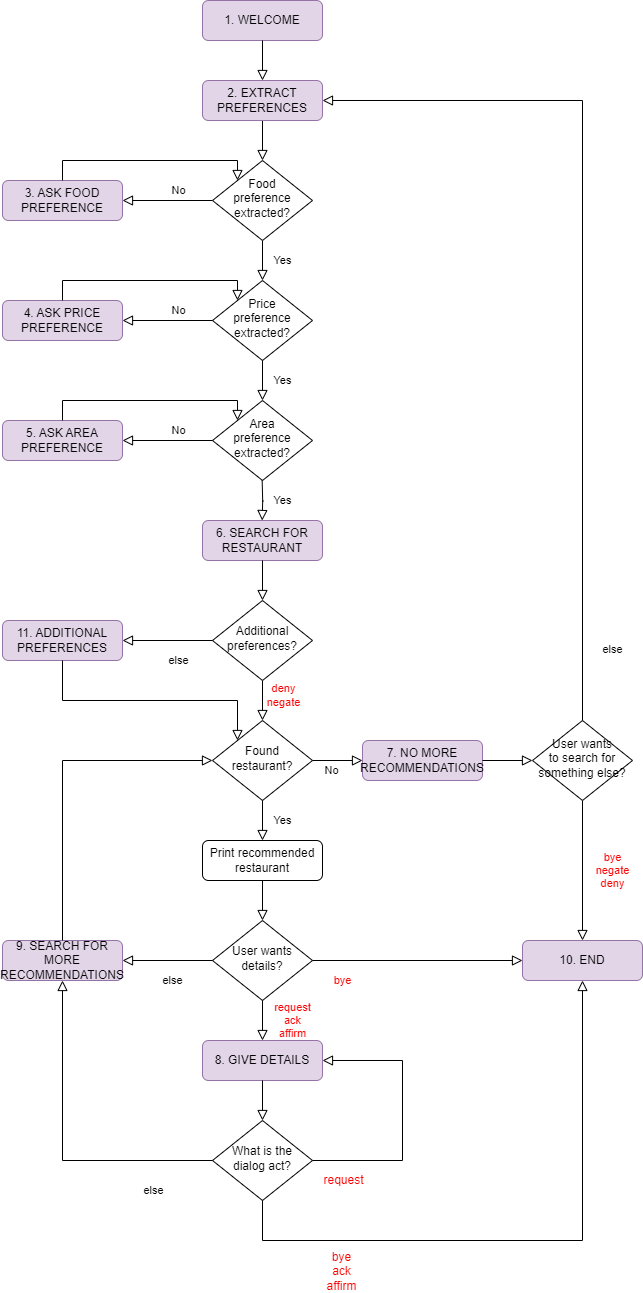
This is figures/Diagram-Part1C.png from alexia-nt/Restaurant-Recommendations-Dialog-System, a draw.io export, as it was before one commit. Source tidied: cells renumbered, new cells last; positions are measured from the earlier drawing's top-left corner, leaving out a move shared by most shapes.
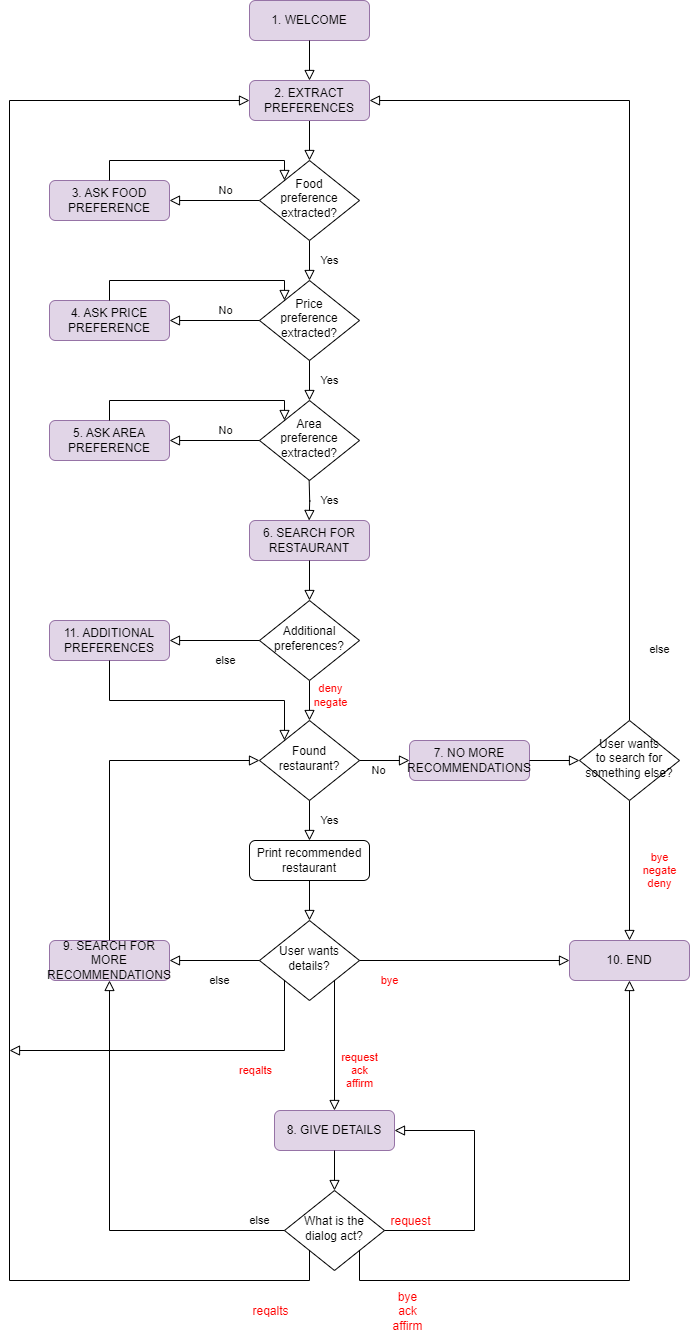
After the change.

Diff of the diagram source:
```diff
@@ -71,13 +71,13 @@
         </Array>
       </mxGeometry>
     </mxCell>
-    <mxCell id="20" value="Yes" style="rounded=0;html=1;jettySize=auto;orthogonalLoop=1;fontSize=11;endArrow=block;endFill=0;endSize=8;strokeWidth=1;shadow=0;labelBackgroundColor=none;edgeStyle=orthogonalEdgeStyle;exitX=0.5;exitY=1;exitDx=0;exitDy=0;" parent="1" edge="1">
-      <mxGeometry x="0.05" y="20" relative="1" as="geometry">
-        <mxPoint x="259.7" y="480" as="sourcePoint" />
-        <mxPoint x="259.7" y="520" as="targetPoint" />
-        <mxPoint y="-1" as="offset" />
-      </mxGeometry>
-    </mxCell>
+    <mxCell id="54" value="Yes" style="rounded=0;html=1;jettySize=auto;orthogonalLoop=1;fontSize=11;endArrow=block;endFill=0;endSize=8;strokeWidth=1;shadow=0;labelBackgroundColor=none;edgeStyle=orthogonalEdgeStyle;exitX=0.5;exitY=1;exitDx=0;exitDy=0;" parent="1" edge="1">
+      <mxGeometry x="0.05" y="20" relative="1" as="geometry">
+        <mxPoint x="259.7" y="480" as="sourcePoint" />
+        <mxPoint x="259.7" y="520" as="targetPoint" />
+        <mxPoint y="-1" as="offset" />
+      </mxGeometry>
+    </mxCell>
     <mxCell id="21" value="6. SEARCH FOR RESTAURANT" style="rounded=1;whiteSpace=wrap;html=1;fontSize=12;glass=0;strokeWidth=1;shadow=0;fillColor=#e1d5e7;strokeColor=#9673a6;" parent="1" vertex="1">
       <mxGeometry x="200" y="520" width="120" height="40" as="geometry" />
     </mxCell>
@@ -108,7 +108,7 @@
       <mxGeometry x="-0.84" y="-30" relative="1" as="geometry" />
     </mxCell>
     <mxCell id="30" value="8. GIVE DETAILS" style="rounded=1;whiteSpace=wrap;html=1;fontSize=12;glass=0;strokeWidth=1;shadow=0;fillColor=#e1d5e7;strokeColor=#9673a6;" parent="1" vertex="1">
-      <mxGeometry x="200" y="1040" width="120" height="40" as="geometry" />
+      <mxGeometry x="225" y="1110" width="120" height="40" as="geometry" />
     </mxCell>
     <mxCell id="31" value="User wants details?" style="rhombus;whiteSpace=wrap;html=1;shadow=0;fontFamily=Helvetica;fontSize=12;align=center;strokeWidth=1;spacing=6;spacingTop=-4;" parent="1" vertex="1">
       <mxGeometry x="210" y="920" width="100" height="80" as="geometry" />
@@ -135,29 +135,29 @@
     <mxCell id="37" style="edgeStyle=orthogonalEdgeStyle;rounded=0;html=1;jettySize=auto;fontSize=11;endArrow=block;endFill=0;endSize=8;strokeWidth=1;shadow=0;labelBackgroundColor=none;entryX=0;entryY=0.5;entryDx=0;entryDy=0;exitX=1;exitY=0.5;exitDx=0;exitDy=0;" parent="1" edge="1" source="26" target="36">
       <mxGeometry x="-0.25" y="-10" relative="1" as="geometry" />
     </mxCell>
-    <mxCell id="38" value="&lt;font color=&quot;#ff0000&quot;&gt;request&lt;/font&gt;&lt;div&gt;&lt;div&gt;&lt;font color=&quot;#ff0000&quot;&gt;ack&lt;/font&gt;&lt;/div&gt;&lt;div&gt;&lt;font color=&quot;#ff0000&quot;&gt;affirm&lt;/font&gt;&lt;/div&gt;&lt;/div&gt;" style="edgeStyle=orthogonalEdgeStyle;rounded=0;html=1;jettySize=auto;fontSize=11;endArrow=block;endFill=0;endSize=8;strokeWidth=1;shadow=0;labelBackgroundColor=none;entryX=0.5;entryY=0;entryDx=0;entryDy=0;" parent="1" edge="1" source="31" target="30">
-      <mxGeometry y="30" relative="1" as="geometry" />
+    <mxCell id="38" value="&lt;font color=&quot;#ff0000&quot;&gt;request&lt;/font&gt;&lt;div&gt;&lt;div&gt;&lt;font color=&quot;#ff0000&quot;&gt;ack&lt;/font&gt;&lt;/div&gt;&lt;div&gt;&lt;font color=&quot;#ff0000&quot;&gt;affirm&lt;/font&gt;&lt;/div&gt;&lt;/div&gt;" style="edgeStyle=orthogonalEdgeStyle;rounded=0;html=1;jettySize=auto;fontSize=11;endArrow=block;endFill=0;endSize=8;strokeWidth=1;shadow=0;labelBackgroundColor=none;entryX=0.5;entryY=0;entryDx=0;entryDy=0;exitX=1;exitY=1;exitDx=0;exitDy=0;" parent="1" edge="1" source="31" target="30">
+      <mxGeometry x="0.38" y="25" relative="1" as="geometry" />
     </mxCell>
-    <mxCell id="39" value="&lt;span style=&quot;background-color: initial;&quot;&gt;What is the dialog act?&lt;/span&gt;" style="rhombus;whiteSpace=wrap;html=1;shadow=0;fontFamily=Helvetica;fontSize=12;align=center;strokeWidth=1;spacing=6;spacingTop=-4;" parent="1" vertex="1">
-      <mxGeometry x="210" y="1120" width="100" height="80" as="geometry" />
+    <mxCell id="39" value="What is the dialog act?" style="rhombus;whiteSpace=wrap;html=1;shadow=0;fontFamily=Helvetica;fontSize=12;align=center;strokeWidth=1;spacing=6;spacingTop=-4;" parent="1" vertex="1">
+      <mxGeometry x="235" y="1190" width="100" height="80" as="geometry" />
     </mxCell>
     <mxCell id="40" value="Yes" style="rounded=0;jettySize=auto;fontSize=11;endArrow=block;endFill=0;endSize=8;strokeWidth=1;shadow=0;labelBackgroundColor=none;edgeStyle=orthogonalEdgeStyle;exitX=0.5;exitY=1;exitDx=0;exitDy=0;entryX=0.5;entryY=0;entryDx=0;entryDy=0;html=1;fontColor=none;noLabel=1;textShadow=1;" parent="1" edge="1" source="30" target="39">
       <mxGeometry y="20" relative="1" as="geometry" />
     </mxCell>
     <mxCell id="41" value="else" style="edgeStyle=orthogonalEdgeStyle;rounded=0;html=1;jettySize=auto;fontSize=11;endArrow=block;endFill=0;endSize=8;strokeWidth=1;shadow=0;labelBackgroundColor=none;entryX=0.5;entryY=1;entryDx=0;entryDy=0;exitX=0;exitY=0.5;exitDx=0;exitDy=0;" parent="1" edge="1" source="39" target="33">
-      <mxGeometry x="-0.64" y="30" relative="1" as="geometry" />
+      <mxGeometry x="-0.88" y="-10" relative="1" as="geometry" />
     </mxCell>
-    <mxCell id="42" value="Yes" style="rounded=0;jettySize=auto;fontSize=11;endArrow=block;endFill=0;endSize=8;strokeWidth=1;shadow=0;labelBackgroundColor=none;edgeStyle=orthogonalEdgeStyle;exitX=0.5;exitY=1;exitDx=0;exitDy=0;entryX=0.5;entryY=1;entryDx=0;entryDy=0;html=1;fontColor=none;noLabel=1;textShadow=1;" parent="1" edge="1" source="39" target="27">
+    <mxCell id="42" value="Yes" style="rounded=0;jettySize=auto;fontSize=11;endArrow=block;endFill=0;endSize=8;strokeWidth=1;shadow=0;labelBackgroundColor=none;edgeStyle=orthogonalEdgeStyle;exitX=1;exitY=1;exitDx=0;exitDy=0;entryX=0.5;entryY=1;entryDx=0;entryDy=0;html=1;fontColor=none;noLabel=1;textShadow=1;" parent="1" edge="1" source="39" target="27">
       <mxGeometry y="20" relative="1" as="geometry">
         <Array as="points">
-          <mxPoint x="260" y="1240" />
-          <mxPoint x="580" y="1240" />
+          <mxPoint x="310" y="1280" />
+          <mxPoint x="580" y="1280" />
         </Array>
       </mxGeometry>
     </mxCell>
     <mxCell id="43" value="&lt;font color=&quot;#ff0000&quot;&gt;bye&lt;br&gt;ack&lt;/font&gt;&lt;div&gt;&lt;font color=&quot;#ff0000&quot;&gt;affirm&lt;/font&gt;&lt;/div&gt;" style="edgeLabel;html=1;align=center;verticalAlign=middle;fontSize=12;" parent="42" vertex="1">
       <mxGeometry x="-0.32" y="-5" relative="1" as="geometry">
-        <mxPoint x="-93" y="25" as="offset" />
+        <mxPoint x="-128" y="25" as="offset" />
       </mxGeometry>
     </mxCell>
     <mxCell id="44" value="Print recommended restaurant" style="rounded=1;whiteSpace=wrap;html=1;fontSize=12;glass=0;strokeWidth=1;shadow=0;" parent="1" vertex="1">
@@ -197,15 +197,37 @@
     <mxCell id="52" style="rounded=0;jettySize=auto;fontSize=11;endArrow=block;endFill=0;endSize=8;strokeWidth=1;shadow=0;labelBackgroundColor=none;edgeStyle=orthogonalEdgeStyle;exitX=1;exitY=0.5;exitDx=0;exitDy=0;entryX=1;entryY=0.5;entryDx=0;entryDy=0;html=1;fontColor=none;noLabel=1;textShadow=1;" parent="1" edge="1" source="39" target="30">
       <mxGeometry y="20" relative="1" as="geometry">
         <Array as="points">
-          <mxPoint x="400" y="1160" />
-          <mxPoint x="400" y="1060" />
+          <mxPoint x="425" y="1230" />
+          <mxPoint x="425" y="1130" />
         </Array>
       </mxGeometry>
     </mxCell>
     <mxCell id="53" value="&lt;font color=&quot;#ff0000&quot;&gt;request&lt;/font&gt;" style="edgeLabel;html=1;align=center;verticalAlign=middle;fontSize=12;" parent="52" vertex="1">
       <mxGeometry x="-0.32" y="-5" relative="1" as="geometry">
-        <mxPoint x="-65" y="21" as="offset" />
+        <mxPoint x="-70" y="-8" as="offset" />
       </mxGeometry>
     </mxCell>
+    <mxCell id="55" value="Yes" style="rounded=0;jettySize=auto;fontSize=11;endArrow=block;endFill=0;endSize=8;strokeWidth=1;shadow=0;labelBackgroundColor=none;edgeStyle=orthogonalEdgeStyle;html=1;fontColor=none;noLabel=1;textShadow=1;exitX=0;exitY=1;exitDx=0;exitDy=0;entryX=0;entryY=0.5;entryDx=0;entryDy=0;" parent="1" edge="1" source="39" target="3">
+      <mxGeometry y="20" relative="1" as="geometry">
+        <Array as="points">
+          <mxPoint x="260" y="1280" />
+          <mxPoint x="-40" y="1280" />
+          <mxPoint x="-40" y="100" />
+        </Array>
+      </mxGeometry>
+    </mxCell>
+    <mxCell id="56" value="&lt;font color=&quot;#ff0000&quot;&gt;reqalts&lt;/font&gt;" style="edgeLabel;html=1;align=center;verticalAlign=middle;fontSize=12;" parent="55" vertex="1">
+      <mxGeometry x="-0.32" y="-5" relative="1" as="geometry">
+        <mxPoint x="255" y="297" as="offset" />
+      </mxGeometry>
+    </mxCell>
+    <mxCell id="57" value="&lt;font color=&quot;#ff0000&quot;&gt;reqalts&lt;/font&gt;" style="rounded=0;html=1;jettySize=auto;fontSize=11;endArrow=block;endFill=0;endSize=8;strokeWidth=1;shadow=0;labelBackgroundColor=none;edgeStyle=orthogonalEdgeStyle;exitX=0;exitY=1;exitDx=0;exitDy=0;" parent="1" edge="1" source="31">
+      <mxGeometry x="-0.43" y="20" relative="1" as="geometry">
+        <mxPoint x="-40" y="1050" as="targetPoint" />
+        <Array as="points">
+          <mxPoint x="235" y="1050" />
+        </Array>
+      </mxGeometry>
+    </mxCell>
   </root>
 </mxGraphModel>
```
